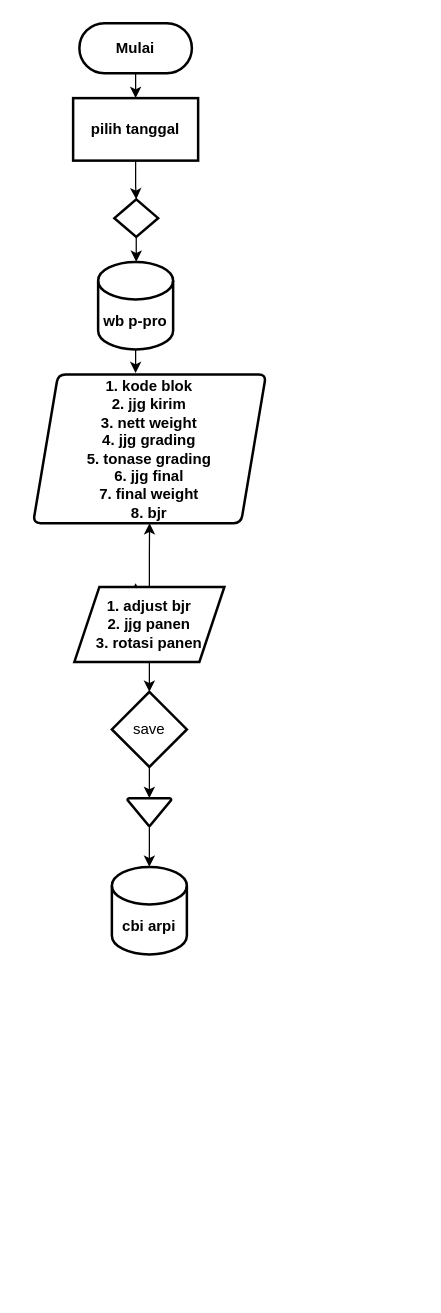
The draw.io diagram Diagram Tanpa Judul.drawio in L30RZ/Flowchart, before the edit. Source tidied: cells renumbered, new cells numbered last; positions are measured from the earlier drawing's top-left corner, leaving out a move shared by most shapes. Both pictures are drawn from the tidied source at 125%, with x=0, y=0 at pixel (32, 22).
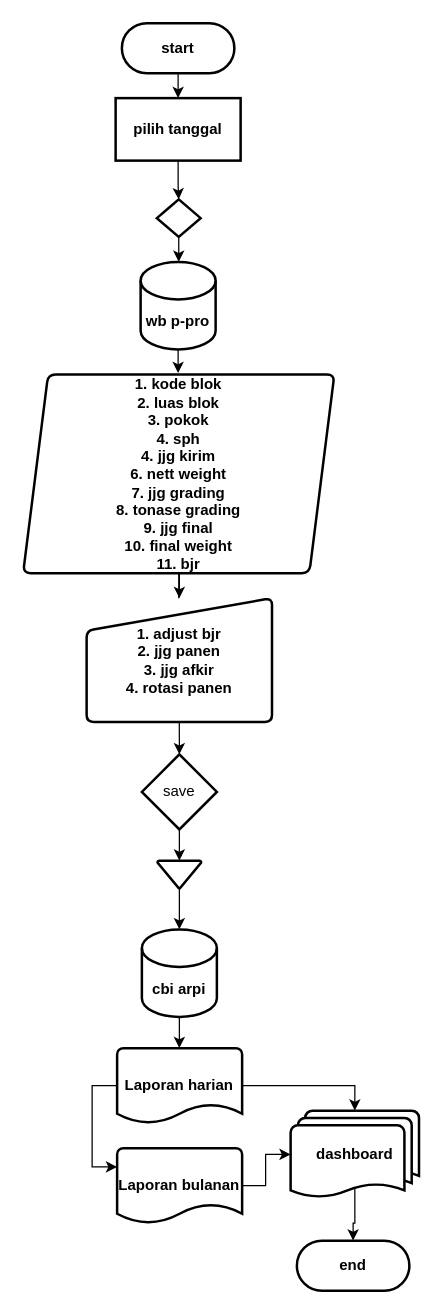
The same diagram, later.

What changed in the source:
```diff
@@
-    <mxCell id="2" value="Mulai" style="rounded=1;whiteSpace=wrap;html=1;arcSize=50;strokeWidth=2;fontStyle=1;" parent="1" vertex="1">
-      <mxGeometry x="37" width="90" height="40" as="geometry" />
+    <mxCell id="2" value="start" style="rounded=1;whiteSpace=wrap;html=1;arcSize=50;strokeWidth=2;fontStyle=1;" parent="1" vertex="1">
+      <mxGeometry x="71" width="90" height="40" as="geometry" />
     </mxCell>
@@
     <mxCell id="4" value="pilih tanggal" style="rounded=1;whiteSpace=wrap;html=1;strokeWidth=2;arcSize=0;fontStyle=1;" parent="1" vertex="1">
-      <mxGeometry x="32" y="60" width="100" height="50" as="geometry" />
+      <mxGeometry x="66" y="60" width="100" height="50" as="geometry" />
     </mxCell>
@@
     <mxCell id="6" style="rhombus;whiteSpace=wrap;html=1;rounded=1;strokeWidth=2;arcSize=0;fontStyle=1;" parent="1" vertex="1">
-      <mxGeometry x="65" y="141" width="35" height="30" as="geometry" />
+      <mxGeometry x="99" y="141" width="35" height="30" as="geometry" />
     </mxCell>
     <mxCell id="7" style="edgeStyle=orthogonalEdgeStyle;rounded=0;jettySize=auto;html=1;exitX=0.5;exitY=1;exitDx=0;exitDy=0;exitPerimeter=0;" parent="1" edge="1" source="8">
       <mxGeometry relative="1" as="geometry">
-        <mxPoint x="82" y="280" as="targetPoint" />
+        <mxPoint x="116" y="280" as="targetPoint" />
       </mxGeometry>
     </mxCell>
     <mxCell id="8" value="wb p-pro" style="shape=cylinder3;whiteSpace=wrap;html=1;boundedLbl=1;backgroundOutline=1;size=15;strokeWidth=2;rounded=1;arcSize=12;fontStyle=1;" parent="1" vertex="1">
-      <mxGeometry x="52" y="191" width="60" height="70" as="geometry" />
+      <mxGeometry x="86" y="191" width="60" height="70" as="geometry" />
     </mxCell>
-    <mxCell id="9" style="edgeStyle=orthogonalEdgeStyle;rounded=0;orthogonalLoop=1;jettySize=auto;html=1;exitX=0.5;exitY=1;exitDx=0;exitDy=0;entryX=0.5;entryY=0;entryDx=0;entryDy=0;" parent="1" edge="1">
-      <mxGeometry relative="1" as="geometry">
-        <mxPoint x="80" y="481" as="sourcePoint" />
-        <mxPoint x="82" y="448" as="targetPoint" />
-      </mxGeometry>
-    </mxCell>
+    <mxCell id="20" style="edgeStyle=orthogonalEdgeStyle;rounded=0;jettySize=auto;html=1;exitX=0.5;exitY=1;exitDx=0;exitDy=0;" parent="1" edge="1" source="10" target="23">
+      <mxGeometry relative="1" as="geometry" />
+    </mxCell>
-    <mxCell id="10" value="1. kode blok&lt;br&gt;2. jjg kirim&lt;br&gt;3. nett weight&lt;br&gt;4. jjg grading&lt;br&gt;5. tonase grading&lt;br&gt;6. jjg final&lt;br&gt;7. final weight&lt;br&gt;8. bjr" style="shape=parallelogram;perimeter=parallelogramPerimeter;whiteSpace=wrap;html=1;fixedSize=1;strokeWidth=2;rounded=1;arcSize=12;fontStyle=1;" parent="1" vertex="1">
-      <mxGeometry y="281" width="186.3" height="119" as="geometry" />
+    <mxCell id="10" value="1. kode blok&lt;br&gt;2. luas blok&lt;br&gt;3. pokok&lt;br&gt;4. sph&lt;br&gt;4. jjg kirim&lt;br&gt;6. nett weight&lt;br&gt;7. jjg grading&lt;br&gt;8. tonase grading&lt;br&gt;9. jjg final&lt;br&gt;10. final weight&lt;br&gt;11. bjr" style="shape=parallelogram;perimeter=parallelogramPerimeter;whiteSpace=wrap;html=1;fixedSize=1;strokeWidth=2;rounded=1;arcSize=12;fontStyle=1;" parent="1" vertex="1">
+      <mxGeometry x="-8" y="281" width="249" height="159" as="geometry" />
     </mxCell>
@@
-    <mxCell id="12" style="edgeStyle=orthogonalEdgeStyle;rounded=0;jettySize=auto;html=1;exitX=0.5;exitY=1;exitDx=0;exitDy=0;entryX=0.5;entryY=0;entryDx=0;entryDy=0;entryPerimeter=0;" parent="1" edge="1" source="14" target="16">
-      <mxGeometry relative="1" as="geometry" />
-    </mxCell>
-    <mxCell id="13" style="edgeStyle=orthogonalEdgeStyle;rounded=0;jettySize=auto;html=1;exitX=0.5;exitY=0;exitDx=0;exitDy=0;entryX=0.5;entryY=1;entryDx=0;entryDy=0;" parent="1" edge="1" source="14" target="10">
-      <mxGeometry relative="1" as="geometry" />
-    </mxCell>
-    <mxCell id="14" value="1. adjust bjr&lt;br&gt;2. jjg panen&lt;br&gt;3. rotasi panen" style="shape=parallelogram;perimeter=parallelogramPerimeter;whiteSpace=wrap;html=1;fixedSize=1;strokeWidth=2;rounded=1;arcSize=0;fontStyle=1;" parent="1" vertex="1">
-      <mxGeometry x="33" y="451" width="120" height="60" as="geometry" />
-    </mxCell>
@@
     <mxCell id="16" value="save" style="strokeWidth=2;html=1;shape=mxgraph.flowchart.decision;whiteSpace=wrap;" parent="1" vertex="1">
-      <mxGeometry x="63" y="535" width="60" height="60" as="geometry" />
+      <mxGeometry x="87" y="585" width="60" height="60" as="geometry" />
     </mxCell>
+    <mxCell id="21" style="edgeStyle=orthogonalEdgeStyle;rounded=0;jettySize=auto;html=1;exitX=0.5;exitY=1;exitDx=0;exitDy=0;exitPerimeter=0;" parent="1" edge="1" source="17">
+      <mxGeometry relative="1" as="geometry">
+        <mxPoint x="117" y="820" as="targetPoint" />
+      </mxGeometry>
+    </mxCell>
     <mxCell id="17" value="cbi arpi" style="shape=cylinder3;whiteSpace=wrap;html=1;boundedLbl=1;backgroundOutline=1;size=15;strokeWidth=2;rounded=1;arcSize=12;fontStyle=1;" parent="1" vertex="1">
-      <mxGeometry x="63" y="675" width="60" height="70" as="geometry" />
+      <mxGeometry x="87" y="725" width="60" height="70" as="geometry" />
     </mxCell>
@@
     <mxCell id="19" style="strokeWidth=2;html=1;shape=mxgraph.flowchart.merge_or_storage;whiteSpace=wrap;" parent="1" vertex="1">
-      <mxGeometry x="75.5" y="620" width="35" height="22.1" as="geometry" />
+      <mxGeometry x="99.5" y="670" width="35" height="22.1" as="geometry" />
     </mxCell>
+    <mxCell id="22" style="edgeStyle=orthogonalEdgeStyle;rounded=0;jettySize=auto;html=1;exitX=0.5;exitY=1;exitDx=0;exitDy=0;entryX=0.5;entryY=0;entryDx=0;entryDy=0;entryPerimeter=0;" parent="1" edge="1" source="23" target="16">
+      <mxGeometry relative="1" as="geometry" />
+    </mxCell>
+    <mxCell id="23" value="&lt;span&gt;1. adjust bjr&lt;br style=&quot;border-color: var(--border-color);&quot;&gt;2. jjg panen&lt;br&gt;3. jjg afkir&lt;br style=&quot;border-color: var(--border-color);&quot;&gt;4. rotasi panen&lt;/span&gt;" style="html=1;strokeWidth=2;shape=manualInput;whiteSpace=wrap;rounded=1;size=26;arcSize=11;fontStyle=1;" parent="1" vertex="1">
+      <mxGeometry x="42.8" y="460" width="148.3" height="99" as="geometry" />
+    </mxCell>
+    <mxCell id="24" style="edgeStyle=orthogonalEdgeStyle;rounded=0;jettySize=auto;html=1;exitX=0;exitY=0.5;exitDx=0;exitDy=0;exitPerimeter=0;entryX=0;entryY=0.25;entryDx=0;entryDy=0;entryPerimeter=0;" parent="1" edge="1" source="26" target="28">
+      <mxGeometry relative="1" as="geometry" />
+    </mxCell>
+    <mxCell id="25" style="edgeStyle=orthogonalEdgeStyle;rounded=0;jettySize=auto;html=1;exitX=1;exitY=0.5;exitDx=0;exitDy=0;exitPerimeter=0;entryX=0.5;entryY=0;entryDx=0;entryDy=0;entryPerimeter=0;" parent="1" edge="1" source="26" target="31">
+      <mxGeometry relative="1" as="geometry" />
+    </mxCell>
+    <mxCell id="26" value="Laporan harian" style="strokeWidth=2;html=1;shape=mxgraph.flowchart.document2;whiteSpace=wrap;size=0.25;fontStyle=1;" parent="1" vertex="1">
+      <mxGeometry x="67.2" y="820" width="100" height="60" as="geometry" />
+    </mxCell>
+    <mxCell id="27" style="edgeStyle=orthogonalEdgeStyle;rounded=0;jettySize=auto;html=1;exitX=1;exitY=0.5;exitDx=0;exitDy=0;exitPerimeter=0;entryX=0;entryY=0.5;entryDx=0;entryDy=0;entryPerimeter=0;" parent="1" edge="1" source="28" target="31">
+      <mxGeometry relative="1" as="geometry">
+        <Array as="points">
+          <mxPoint x="186" y="930" />
+        </Array>
+      </mxGeometry>
+    </mxCell>
+    <mxCell id="28" value="Laporan bulanan" style="strokeWidth=2;html=1;shape=mxgraph.flowchart.document2;whiteSpace=wrap;size=0.25;fontStyle=1;" parent="1" vertex="1">
+      <mxGeometry x="67.2" y="900" width="100" height="60" as="geometry" />
+    </mxCell>
+    <mxCell id="29" value="end" style="rounded=1;whiteSpace=wrap;html=1;arcSize=50;strokeWidth=2;fontStyle=1;" parent="1" vertex="1">
+      <mxGeometry x="211" y="974" width="90" height="40" as="geometry" />
+    </mxCell>
+    <mxCell id="30" style="edgeStyle=orthogonalEdgeStyle;rounded=0;jettySize=auto;html=1;exitX=0.5;exitY=0.88;exitDx=0;exitDy=0;exitPerimeter=0;entryX=0.5;entryY=0;entryDx=0;entryDy=0;" parent="1" edge="1" source="31" target="29">
+      <mxGeometry relative="1" as="geometry" />
+    </mxCell>
+    <mxCell id="31" value="dashboard" style="strokeWidth=2;html=1;shape=mxgraph.flowchart.multi-document;whiteSpace=wrap;fontStyle=1;" parent="1" vertex="1">
+      <mxGeometry x="206" y="870" width="102.7" height="70" as="geometry" />
+    </mxCell>
```
